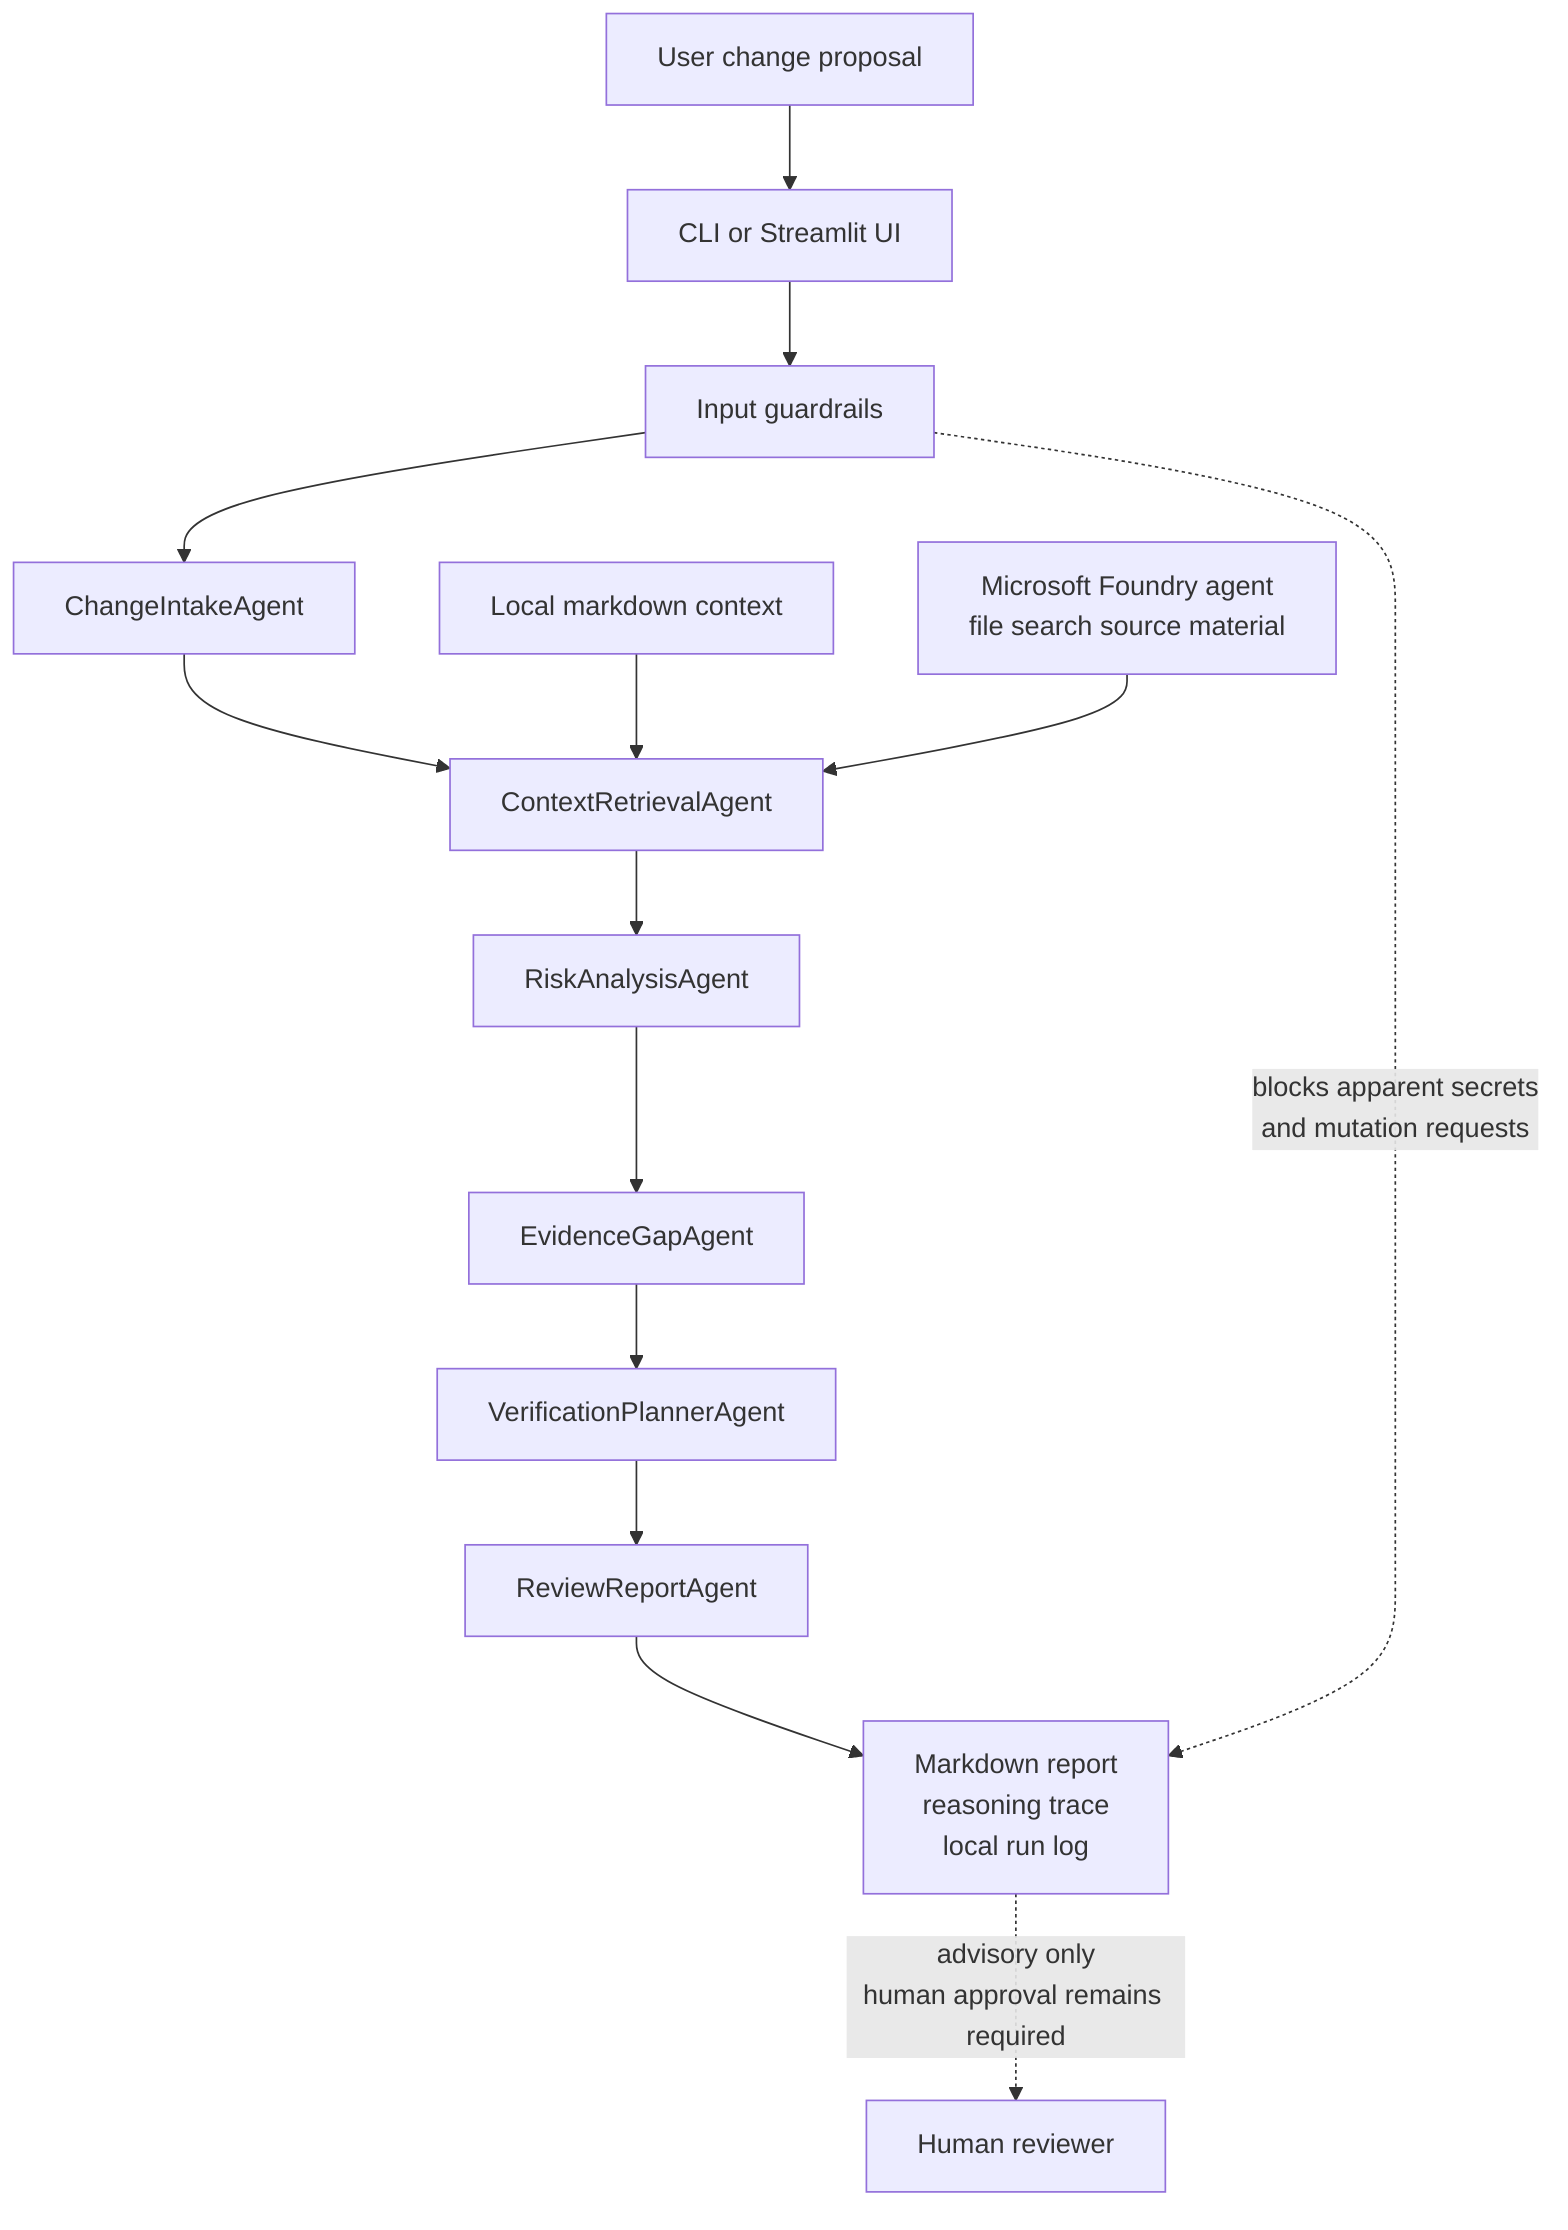
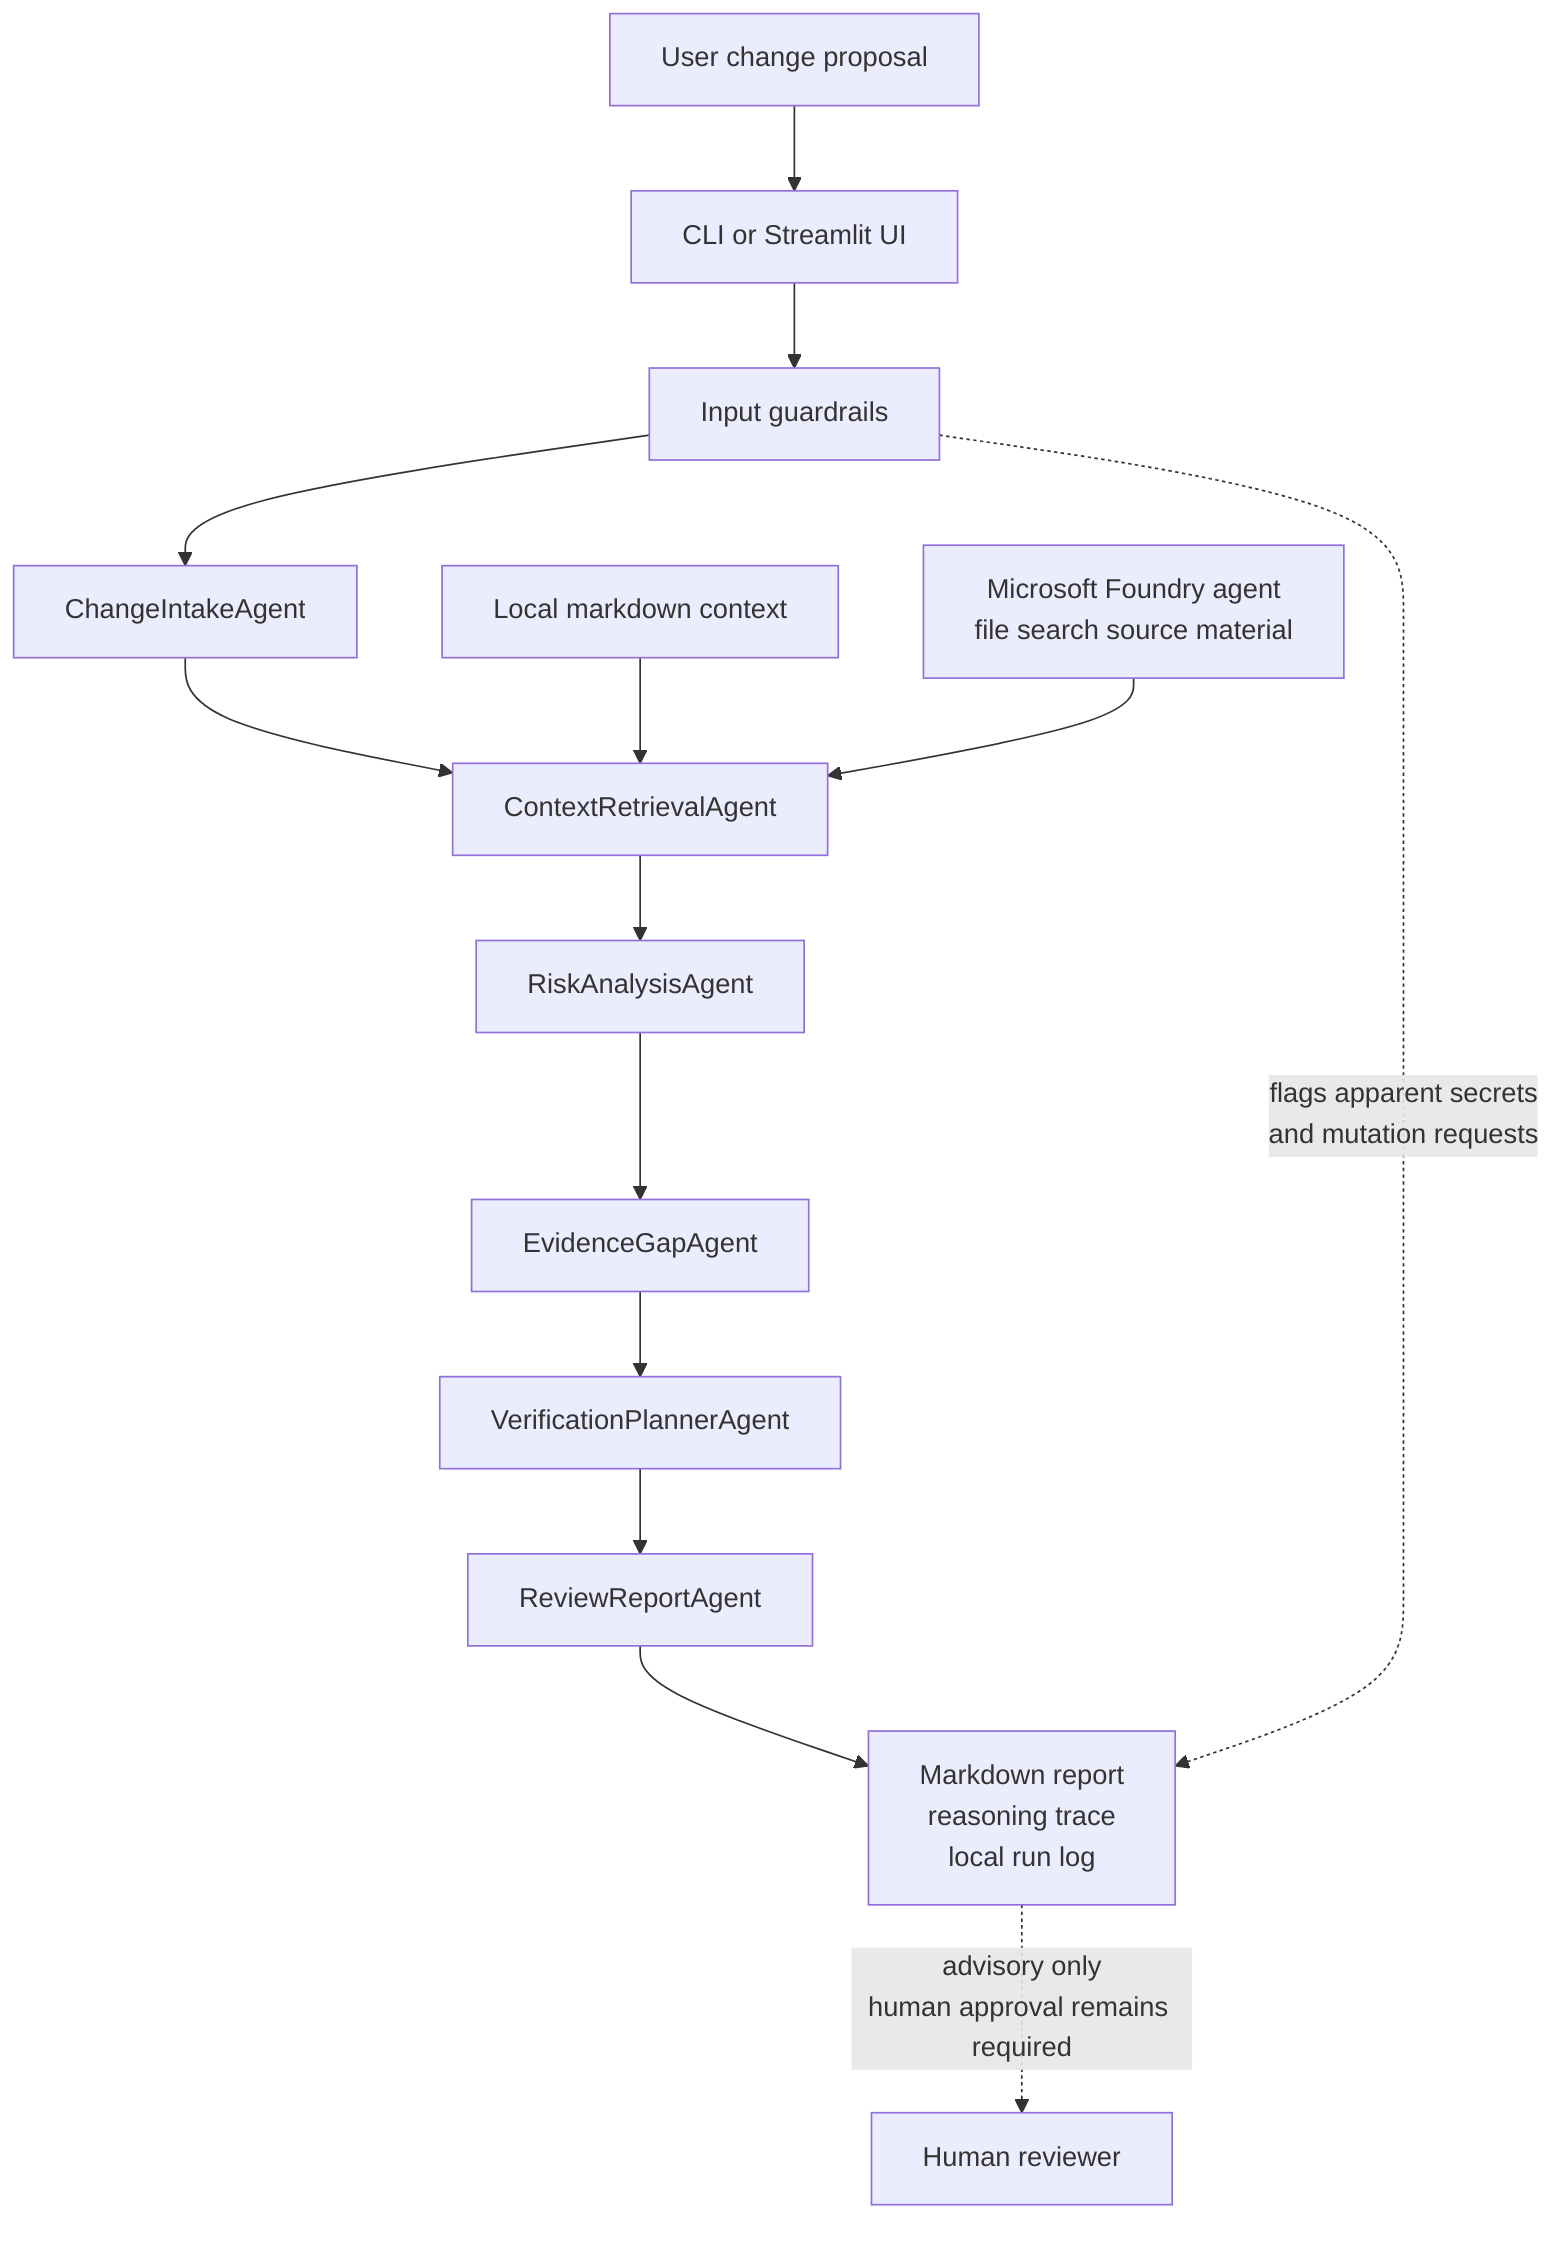
flowchart TD
    proposal["User change proposal"] --> ui["CLI or Streamlit UI"]
    ui --> guardrails["Input guardrails"]
    guardrails --> intake["ChangeIntakeAgent"]
    intake --> retrieval["ContextRetrievalAgent"]
    local["Local markdown context"] --> retrieval
    foundry["Microsoft Foundry agent\nfile search source material"] --> retrieval
    retrieval --> risk["RiskAnalysisAgent"]
    risk --> gaps["EvidenceGapAgent"]
    gaps --> verification["VerificationPlannerAgent"]
    verification --> report["ReviewReportAgent"]
    report --> outputs["Markdown report\nreasoning trace\nlocal run log"]

-     guardrails -. "blocks apparent secrets\nand mutation requests" .-> outputs
+     guardrails -. "flags apparent secrets\nand mutation requests" .-> outputs
    outputs -. "advisory only\nhuman approval remains required" .-> reviewer["Human reviewer"]
